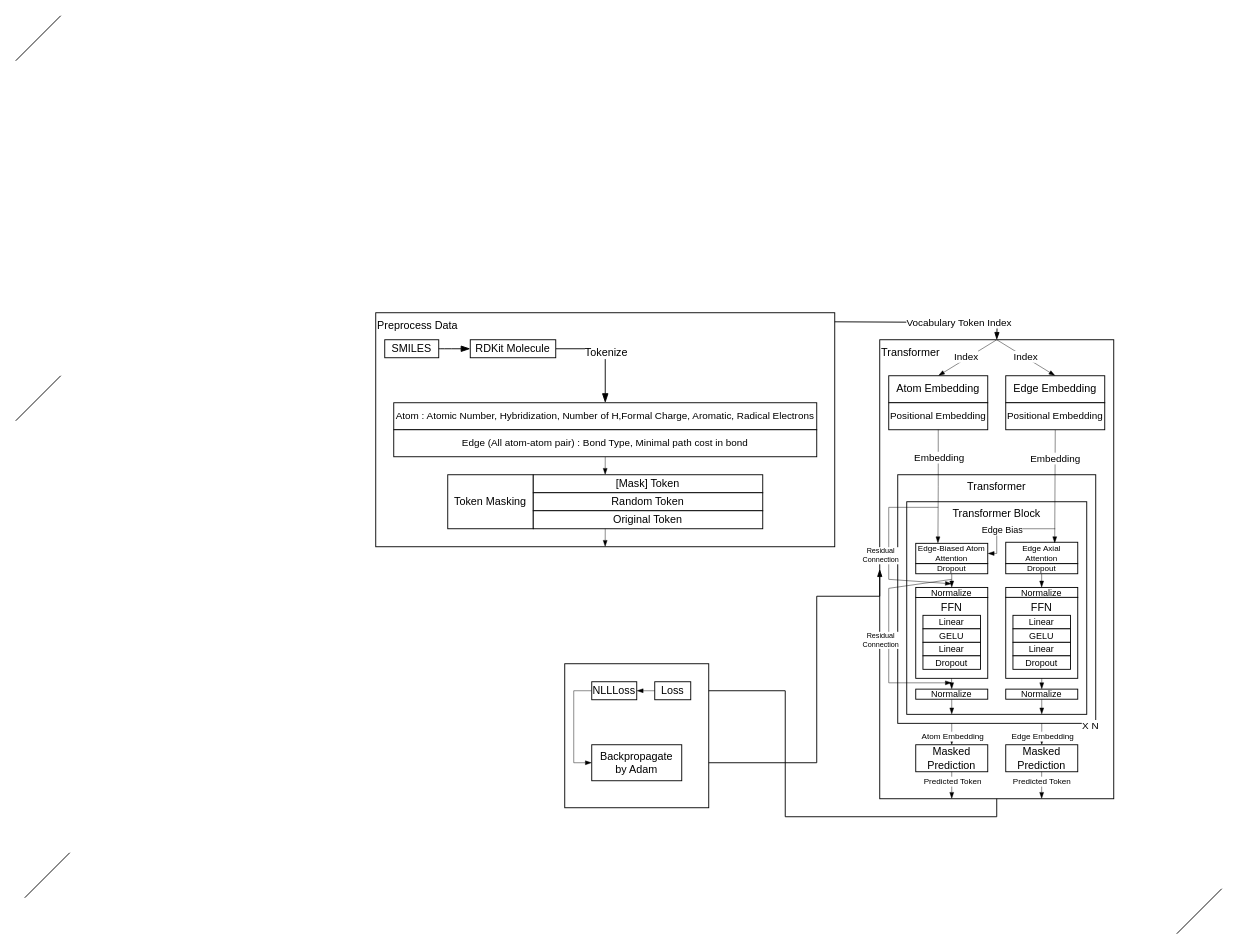
This is ligemb_model_structure_2.drawio from rladbtls1998/public_temp, a draw.io file, before an edit. Source tidied: cells renumbered, new cells numbered last; positions are measured from the earlier drawing's top-left corner, leaving out a move shared by most shapes. Both pictures are drawn from the tidied source at 90%, with x=0, y=0 at pixel (15, 15).
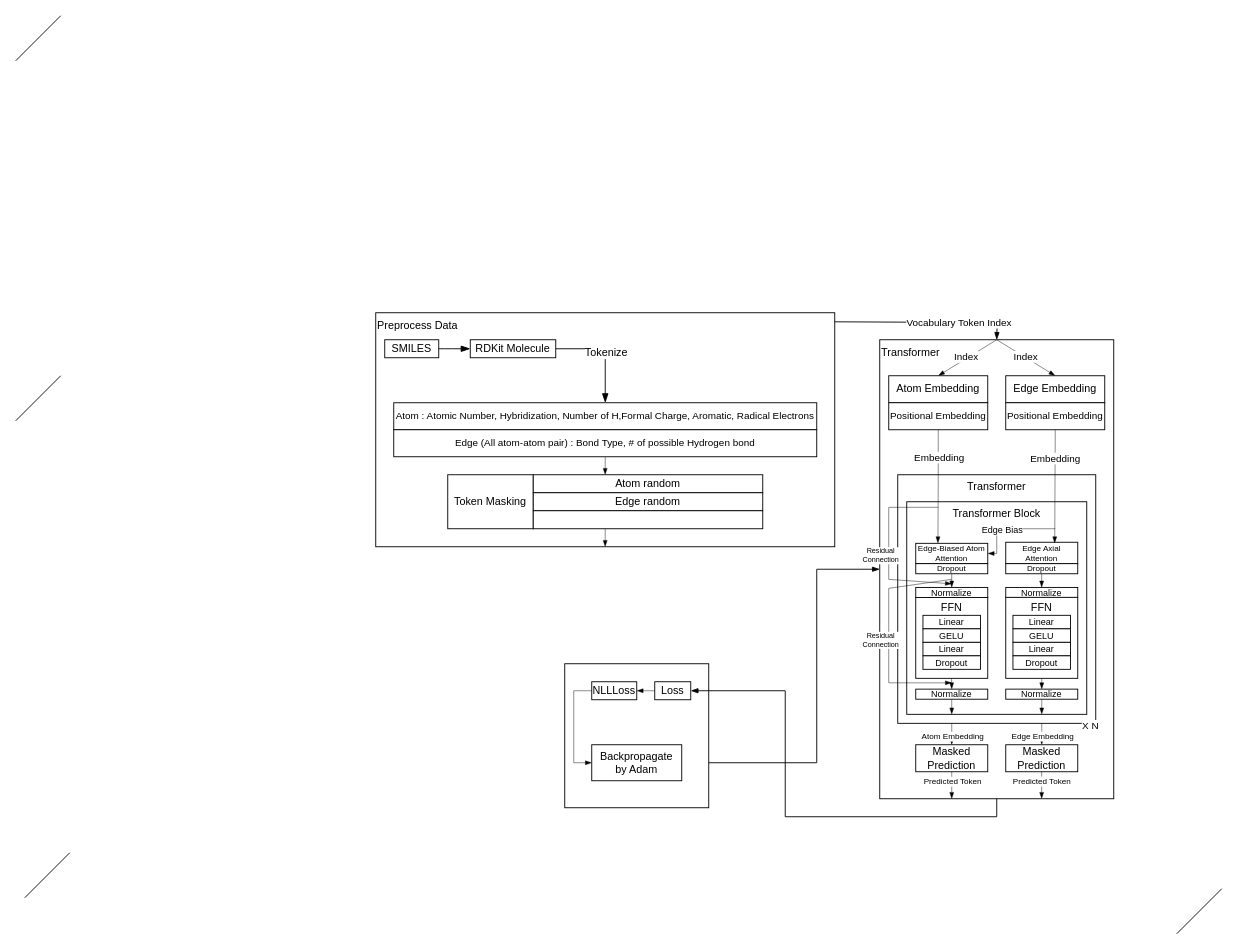
The same diagram, later.

Unchanged cells that the change refers to:
```xml
<mxCell id="2" value="Transformer" style="rounded=0;whiteSpace=wrap;html=1;align=left;verticalAlign=top;horizontal=1;" parent="1" vertex="1">
  <mxGeometry x="960" y="360" width="260" height="510" as="geometry" />
</mxCell>
<mxCell id="71" style="group;" parent="64" vertex="1">
  <mxGeometry x="20" y="100" width="470" height="60" as="geometry" />
</mxCell>
<mxCell id="76" style="group;" parent="75" vertex="1">
  <mxGeometry width="350" height="60" as="geometry" />
</mxCell>
<mxCell id="84" value="Loss" style="rounded=0;whiteSpace=wrap;html=1;" parent="82" vertex="1">
  <mxGeometry x="100" y="20" width="40" height="20" as="geometry" />
</mxCell>
<mxCell id="88" value="Backpropagate&lt;div&gt;by Adam&lt;/div&gt;" style="rounded=0;whiteSpace=wrap;html=1;" parent="82" vertex="1">
  <mxGeometry x="30" y="90" width="100" height="40" as="geometry" />
</mxCell>
```

Diff of the diagram source:
```diff
@@
-    <mxCell id="12" style="edgeStyle=orthogonalEdgeStyle;rounded=0;jettySize=auto;html=1;exitX=0.5;exitY=1;exitDx=0;exitDy=0;entryX=1;entryY=0.5;entryDx=0;entryDy=0;endArrow=blockThin;endFill=1;" parent="1" edge="1" source="2" target="84">
-      <mxGeometry relative="1" as="geometry" />
-    </mxCell>
     <mxCell id="13" style="edgeStyle=orthogonalEdgeStyle;rounded=0;jettySize=auto;html=1;exitX=1;exitY=0.5;exitDx=0;exitDy=0;entryX=0;entryY=0.5;entryDx=0;entryDy=0;endArrow=blockThin;endFill=1;" parent="1" edge="1" source="88" target="2">
       <mxGeometry relative="1" as="geometry">
         <Array as="points">
           <mxPoint x="890" y="830" />
-          <mxPoint x="890" y="645" />
+          <mxPoint x="890" y="615" />
         </Array>
       </mxGeometry>
     </mxCell>
@@
-    <mxCell id="74" value="Edge (All atom-atom pair) : Bond Type, Minimal path cost in bond" style="rounded=0;whiteSpace=wrap;html=1;fontSize=11;" parent="71" vertex="1">
+    <mxCell id="74" value="Edge (All atom-atom pair) : Bond Type, # of possible Hydrogen bond" style="rounded=0;whiteSpace=wrap;html=1;fontSize=11;" parent="71" vertex="1">
       <mxGeometry y="30" width="470" height="30" as="geometry" />
     </mxCell>
@@
-    <mxCell id="78" value="[Mask] Token" style="rounded=0;whiteSpace=wrap;html=1;" parent="76" vertex="1">
+    <mxCell id="78" value="Atom random" style="rounded=0;whiteSpace=wrap;html=1;" parent="76" vertex="1">
       <mxGeometry x="95" width="255" height="20" as="geometry" />
     </mxCell>
-    <mxCell id="79" value="Random Token" style="rounded=0;whiteSpace=wrap;html=1;" parent="76" vertex="1">
+    <mxCell id="79" value="Edge random" style="rounded=0;whiteSpace=wrap;html=1;" parent="76" vertex="1">
       <mxGeometry x="95" y="20" width="255" height="20" as="geometry" />
     </mxCell>
-    <mxCell id="80" value="Original Token" style="rounded=0;whiteSpace=wrap;html=1;" parent="76" vertex="1">
+    <mxCell id="80" style="rounded=0;whiteSpace=wrap;html=1;" parent="76" vertex="1">
       <mxGeometry x="95" y="40" width="255" height="20" as="geometry" />
     </mxCell>
@@
+    <mxCell id="12" style="edgeStyle=orthogonalEdgeStyle;rounded=0;jettySize=auto;html=1;exitX=0.5;exitY=1;exitDx=0;exitDy=0;entryX=1;entryY=0.5;entryDx=0;entryDy=0;endArrow=blockThin;endFill=1;" parent="1" edge="1" source="2" target="84">
+      <mxGeometry relative="1" as="geometry" />
+    </mxCell>
```
